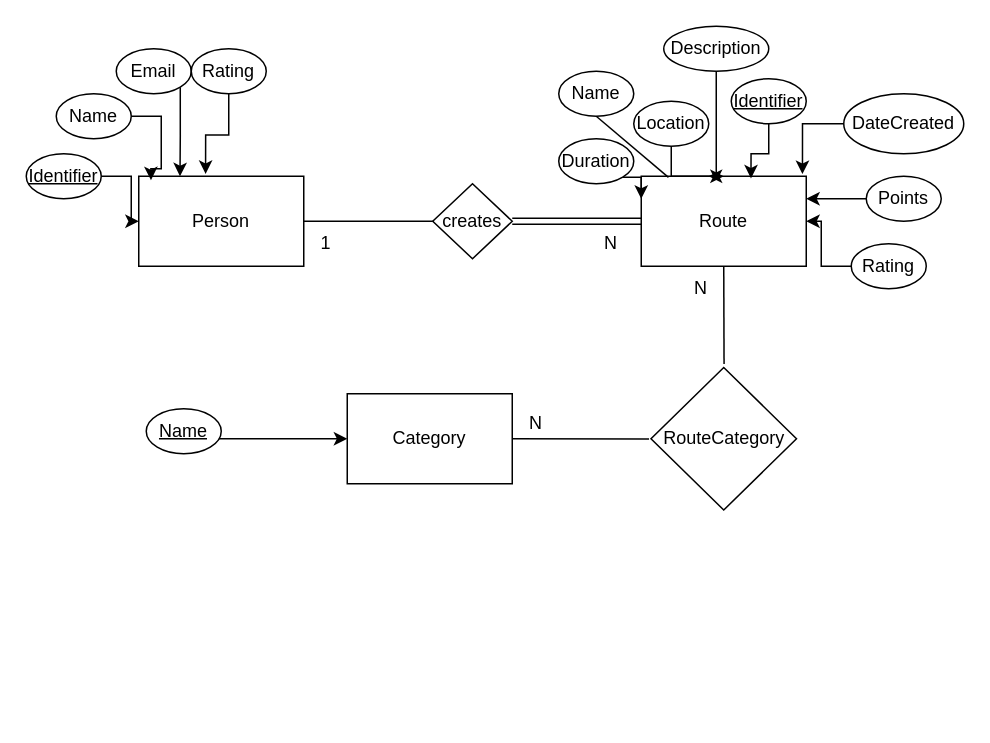
Above: beta report/images/project-structure/DBMS - ER Diagram.drawio in baltasarb/social-routing (draw.io), before the change. Source tidied: cells renumbered, new cells numbered last; positions are measured from the earlier drawing's top-left corner, leaving out a move shared by most shapes. Both pictures are drawn from the tidied source at 150%, with x=0, y=0 at pixel (26, 26).
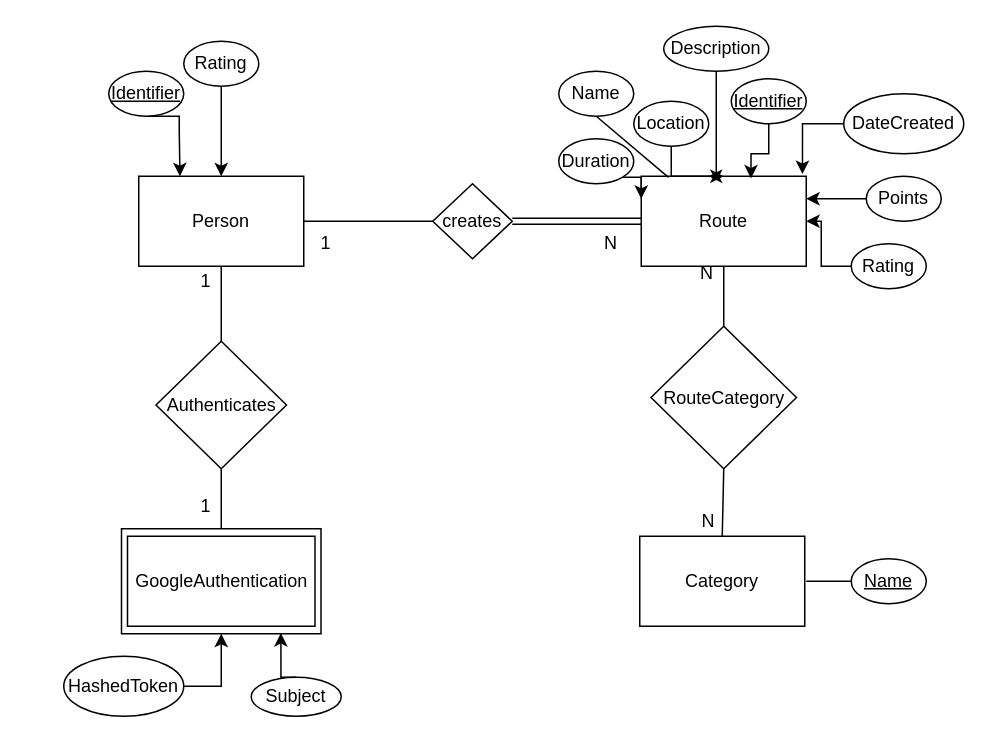
The same page after the edit.

Unchanged cells that the change refers to:
```xml
<mxCell id="2" value="Route" style="rounded=0;whiteSpace=wrap;html=1;" parent="1" vertex="1">
  <mxGeometry x="410" y="100" width="110" height="60" as="geometry" />
</mxCell>
<mxCell id="3" value="Person" style="rounded=0;whiteSpace=wrap;html=1;" parent="1" vertex="1">
  <mxGeometry x="75" y="100" width="110" height="60" as="geometry" />
</mxCell>
```

What changed in the source:
```diff
@@
+    <mxCell id="41" style="rounded=0;whiteSpace=wrap;html=1;" parent="1" vertex="1">
+      <mxGeometry x="63.5" y="335" width="133" height="70" as="geometry" />
+    </mxCell>
@@
     <mxCell id="4" value="Category" style="rounded=0;whiteSpace=wrap;html=1;" parent="1" vertex="1">
-      <mxGeometry x="214" y="245" width="110" height="60" as="geometry" />
+      <mxGeometry x="409" y="340" width="110" height="60" as="geometry" />
     </mxCell>
-    <mxCell id="5" style="edgeStyle=orthogonalEdgeStyle;rounded=0;jettySize=auto;html=1;exitX=1;exitY=1;exitDx=0;exitDy=0;entryX=0.25;entryY=0;entryDx=0;entryDy=0;" parent="1" edge="1" source="6" target="3">
-      <mxGeometry relative="1" as="geometry" />
-    </mxCell>
-    <mxCell id="6" value="Email" style="ellipse;whiteSpace=wrap;html=1;" parent="1" vertex="1">
-      <mxGeometry x="60" y="15" width="50" height="30" as="geometry" />
-    </mxCell>
-    <mxCell id="7" style="edgeStyle=orthogonalEdgeStyle;rounded=0;jettySize=auto;html=1;exitX=1;exitY=0.5;exitDx=0;exitDy=0;entryX=0.074;entryY=0.044;entryDx=0;entryDy=0;entryPerimeter=0;" parent="1" edge="1" source="8" target="3">
-      <mxGeometry relative="1" as="geometry" />
-    </mxCell>
-    <mxCell id="8" value="Name" style="ellipse;whiteSpace=wrap;html=1;" parent="1" vertex="1">
-      <mxGeometry x="20" y="45" width="50" height="30" as="geometry" />
-    </mxCell>
-    <mxCell id="9" style="edgeStyle=orthogonalEdgeStyle;rounded=0;jettySize=auto;html=1;exitX=0.5;exitY=1;exitDx=0;exitDy=0;entryX=0.405;entryY=-0.026;entryDx=0;entryDy=0;entryPerimeter=0;" parent="1" edge="1" source="10" target="3">
+    <mxCell id="9" style="edgeStyle=orthogonalEdgeStyle;rounded=0;jettySize=auto;html=1;exitX=0.5;exitY=1;exitDx=0;exitDy=0;entryX=0.5;entryY=0;entryDx=0;entryDy=0;" parent="1" edge="1" source="10" target="3">
       <mxGeometry relative="1" as="geometry" />
     </mxCell>
     <mxCell id="10" value="Rating" style="ellipse;whiteSpace=wrap;html=1;" parent="1" vertex="1">
-      <mxGeometry x="110" y="15" width="50" height="30" as="geometry" />
+      <mxGeometry x="105" y="10" width="50" height="30" as="geometry" />
     </mxCell>
-    <mxCell id="11" style="edgeStyle=orthogonalEdgeStyle;rounded=0;jettySize=auto;html=1;entryX=0;entryY=0.5;entryDx=0;entryDy=0;" parent="1" edge="1" source="12" target="3">
-      <mxGeometry relative="1" as="geometry" />
+    <mxCell id="11" style="edgeStyle=orthogonalEdgeStyle;rounded=0;jettySize=auto;html=1;entryX=0.25;entryY=0;entryDx=0;entryDy=0;exitX=0.5;exitY=1;exitDx=0;exitDy=0;" parent="1" edge="1" source="12" target="3">
+      <mxGeometry relative="1" as="geometry">
+        <Array as="points">
+          <mxPoint x="102" y="60" />
+          <mxPoint x="102" y="70" />
+        </Array>
+      </mxGeometry>
     </mxCell>
     <mxCell id="12" value="Identifier" style="ellipse;whiteSpace=wrap;html=1;fontStyle=4;" parent="1" vertex="1">
-      <mxGeometry y="85" width="50" height="30" as="geometry" />
+      <mxGeometry x="55" y="30" width="50" height="30" as="geometry" />
     </mxCell>
@@
-    <mxCell id="34" style="endArrow=none;html=1;entryX=0;entryY=0.5;entryDx=0;entryDy=0;exitX=1;exitY=0.5;exitDx=0;exitDy=0;" parent="1" edge="1" source="4">
-      <mxGeometry relative="1" as="geometry">
-        <mxPoint x="415.2" y="275.2" as="targetPoint" />
-      </mxGeometry>
-    </mxCell>
-    <mxCell id="35" style="endArrow=none;html=1;entryX=0.5;entryY=1;entryDx=0;entryDy=0;exitX=0.5;exitY=0;exitDx=0;exitDy=0;" parent="1" edge="1" target="2">
-      <mxGeometry relative="1" as="geometry">
-        <mxPoint x="465.2" y="225.2" as="sourcePoint" />
-      </mxGeometry>
+    <mxCell id="35" style="endArrow=none;html=1;entryX=0.5;entryY=1;entryDx=0;entryDy=0;exitX=0.5;exitY=0;exitDx=0;exitDy=0;" parent="1" edge="1" source="40" target="2">
+      <mxGeometry relative="1" as="geometry" />
     </mxCell>
     <mxCell id="36" value="N" style="text;html=1;strokeColor=none;fillColor=none;align=center;verticalAlign=middle;whiteSpace=wrap;rounded=0;" parent="1" vertex="1">
-      <mxGeometry x="440" y="165" width="20" height="20" as="geometry" />
+      <mxGeometry x="444" y="155" width="20" height="20" as="geometry" />
     </mxCell>
     <mxCell id="37" value="N" style="text;html=1;strokeColor=none;fillColor=none;align=center;verticalAlign=middle;whiteSpace=wrap;rounded=0;" parent="1" vertex="1">
-      <mxGeometry x="330" y="255" width="20" height="20" as="geometry" />
+      <mxGeometry x="445" y="320" width="20" height="20" as="geometry" />
     </mxCell>
-    <mxCell id="38" style="edgeStyle=orthogonalEdgeStyle;rounded=0;jettySize=auto;html=1;entryX=0;entryY=0.5;entryDx=0;entryDy=0;" parent="1" edge="1" source="39" target="4">
-      <mxGeometry relative="1" as="geometry">
-        <Array as="points">
-          <mxPoint x="190" y="275" />
-          <mxPoint x="190" y="275" />
-        </Array>
-      </mxGeometry>
-    </mxCell>
     <mxCell id="39" value="Name" style="ellipse;whiteSpace=wrap;html=1;fontStyle=4;" parent="1" vertex="1">
-      <mxGeometry x="80" y="255" width="50" height="30" as="geometry" />
+      <mxGeometry x="550" y="355" width="50" height="30" as="geometry" />
     </mxCell>
     <mxCell id="40" value="RouteCategory&lt;br&gt;" style="rhombus;whiteSpace=wrap;html=1;" parent="1" vertex="1">
-      <mxGeometry x="416.5" y="227.5" width="97" height="95" as="geometry" />
+      <mxGeometry x="416.5" y="200" width="97" height="95" as="geometry" />
     </mxCell>
+    <mxCell id="42" style="endArrow=none;html=1;entryX=0.5;entryY=1;entryDx=0;entryDy=0;exitX=0.5;exitY=0;exitDx=0;exitDy=0;" parent="1" edge="1" source="4" target="40">
+      <mxGeometry relative="1" as="geometry" />
+    </mxCell>
+    <mxCell id="43" style="endArrow=none;html=1;exitX=0;exitY=0.5;exitDx=0;exitDy=0;" parent="1" edge="1" source="39">
+      <mxGeometry relative="1" as="geometry">
+        <mxPoint x="520" y="370" as="targetPoint" />
+      </mxGeometry>
+    </mxCell>
+    <mxCell id="44" value="GoogleAuthentication" style="rounded=0;whiteSpace=wrap;html=1;" parent="1" vertex="1">
+      <mxGeometry x="67.5" y="340" width="125" height="60" as="geometry" />
+    </mxCell>
+    <mxCell id="45" value="Authenticates" style="rhombus;whiteSpace=wrap;html=1;" parent="1" vertex="1">
+      <mxGeometry x="86.5" y="210" width="87" height="85" as="geometry" />
+    </mxCell>
+    <mxCell id="46" style="endArrow=none;html=1;entryX=0.5;entryY=1;entryDx=0;entryDy=0;exitX=0.5;exitY=0;exitDx=0;exitDy=0;" parent="1" edge="1" source="45" target="3">
+      <mxGeometry relative="1" as="geometry" />
+    </mxCell>
+    <mxCell id="47" style="endArrow=none;html=1;entryX=0.5;entryY=1;entryDx=0;entryDy=0;exitX=0.5;exitY=0;exitDx=0;exitDy=0;" parent="1" edge="1" source="41" target="45">
+      <mxGeometry relative="1" as="geometry" />
+    </mxCell>
+    <mxCell id="48" value="1" style="text;html=1;strokeColor=none;fillColor=none;align=center;verticalAlign=middle;whiteSpace=wrap;rounded=0;" parent="1" vertex="1">
+      <mxGeometry x="110" y="310" width="20" height="20" as="geometry" />
+    </mxCell>
+    <mxCell id="49" value="1" style="text;html=1;strokeColor=none;fillColor=none;align=center;verticalAlign=middle;whiteSpace=wrap;rounded=0;" parent="1" vertex="1">
+      <mxGeometry x="110" y="160" width="20" height="20" as="geometry" />
+    </mxCell>
+    <mxCell id="50" style="edgeStyle=orthogonalEdgeStyle;rounded=0;jettySize=auto;html=1;exitX=1;exitY=0.5;exitDx=0;exitDy=0;entryX=0.5;entryY=1;entryDx=0;entryDy=0;" parent="1" edge="1" source="51" target="41">
+      <mxGeometry relative="1" as="geometry" />
+    </mxCell>
+    <mxCell id="51" value="HashedToken" style="ellipse;whiteSpace=wrap;html=1;" parent="1" vertex="1">
+      <mxGeometry x="25" y="420" width="80" height="40" as="geometry" />
+    </mxCell>
+    <mxCell id="52" style="edgeStyle=orthogonalEdgeStyle;rounded=0;jettySize=auto;html=1;exitX=0.5;exitY=0;exitDx=0;exitDy=0;entryX=0.799;entryY=0.994;entryDx=0;entryDy=0;entryPerimeter=0;" parent="1" edge="1" source="53" target="41">
+      <mxGeometry relative="1" as="geometry" />
+    </mxCell>
+    <mxCell id="53" value="Subject" style="ellipse;whiteSpace=wrap;html=1;fontStyle=0;" parent="1" vertex="1">
+      <mxGeometry x="150" y="434" width="60" height="26" as="geometry" />
+    </mxCell>
```
